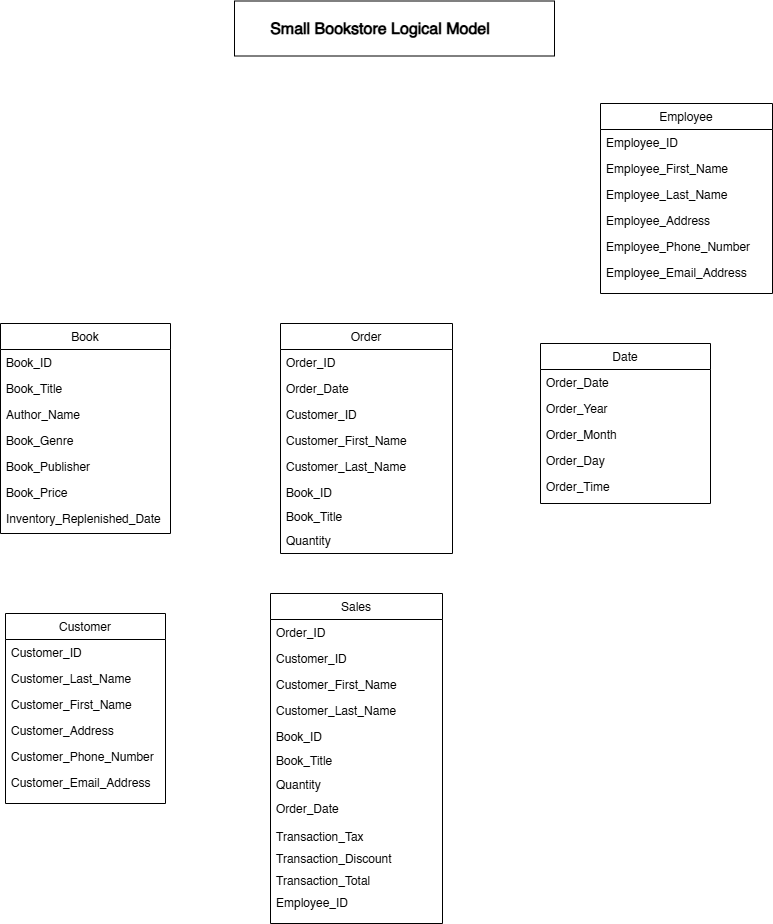
Earlier version of the draw.io export 02_activities/assignments/question1.drawio.png (markmaramag/sql). Source tidied: cells renumbered, new cells last; positions are measured from the earlier drawing's top-left corner, leaving out a move shared by most shapes. Source of this version:
```xml
<mxGraphModel>
  <root>
    <mxCell id="0" />
    <mxCell id="1" parent="0" />
    <mxCell id="2" style="rounded=0;whiteSpace=wrap;html=1;" parent="1" vertex="1">
      <mxGeometry x="234" y="-0.5" width="320" height="55" as="geometry" />
    </mxCell>
    <mxCell id="3" value="Book" style="swimlane;fontStyle=0;align=center;verticalAlign=top;horizontal=1;startSize=26;rounded=0;shadow=0;strokeWidth=1;" parent="1" vertex="1">
      <mxGeometry y="322" width="170" height="210" as="geometry" />
    </mxCell>
    <mxCell id="4" value="Book_ID" style="text;align=left;verticalAlign=top;spacingLeft=4;spacingRight=4;overflow=hidden;" parent="3" vertex="1">
      <mxGeometry y="26" width="170" height="26" as="geometry" />
    </mxCell>
    <mxCell id="5" value="Book_Title" style="text;align=left;verticalAlign=top;spacingLeft=4;spacingRight=4;overflow=hidden;rounded=0;shadow=0;html=0;" parent="3" vertex="1">
      <mxGeometry y="52" width="170" height="26" as="geometry" />
    </mxCell>
    <mxCell id="6" value="Author_Name&#10;" style="text;align=left;verticalAlign=top;spacingLeft=4;spacingRight=4;overflow=hidden;rounded=0;shadow=0;html=0;" parent="3" vertex="1">
      <mxGeometry y="78" width="170" height="26" as="geometry" />
    </mxCell>
    <mxCell id="7" value="Book_Genre" style="text;align=left;verticalAlign=top;spacingLeft=4;spacingRight=4;overflow=hidden;" parent="3" vertex="1">
      <mxGeometry y="104" width="170" height="26" as="geometry" />
    </mxCell>
    <mxCell id="8" value="Book_Publisher" style="text;align=left;verticalAlign=top;spacingLeft=4;spacingRight=4;overflow=hidden;" parent="3" vertex="1">
      <mxGeometry y="130" width="170" height="26" as="geometry" />
    </mxCell>
    <mxCell id="9" value="Book_Price" style="text;align=left;verticalAlign=top;spacingLeft=4;spacingRight=4;overflow=hidden;" parent="3" vertex="1">
      <mxGeometry y="156" width="170" height="26" as="geometry" />
    </mxCell>
    <mxCell id="10" value="Inventory_Replenished_Date" style="text;align=left;verticalAlign=top;spacingLeft=4;spacingRight=4;overflow=hidden;" parent="3" vertex="1">
      <mxGeometry y="182" width="170" height="26" as="geometry" />
    </mxCell>
    <mxCell id="11" value="Customer" style="swimlane;fontStyle=0;align=center;verticalAlign=top;horizontal=1;startSize=26;rounded=0;shadow=0;strokeWidth=1;" parent="1" vertex="1">
      <mxGeometry x="5" y="612" width="160" height="190" as="geometry" />
    </mxCell>
    <mxCell id="12" value="Customer_ID" style="text;align=left;verticalAlign=top;spacingLeft=4;spacingRight=4;overflow=hidden;points=[[0,0.5],[1,0.5]];portConstraint=eastwest;" parent="11" vertex="1">
      <mxGeometry y="26" width="160" height="26" as="geometry" />
    </mxCell>
    <mxCell id="13" value="Customer_Last_Name&#10;" style="text;align=left;verticalAlign=top;spacingLeft=4;spacingRight=4;overflow=hidden;rounded=0;shadow=0;html=0;" parent="11" vertex="1">
      <mxGeometry y="52" width="160" height="26" as="geometry" />
    </mxCell>
    <mxCell id="14" value="Customer_First_Name" style="text;align=left;verticalAlign=top;spacingLeft=4;spacingRight=4;overflow=hidden;rounded=0;shadow=0;html=0;" parent="11" vertex="1">
      <mxGeometry y="78" width="160" height="26" as="geometry" />
    </mxCell>
    <mxCell id="15" value="Customer_Address" style="text;align=left;verticalAlign=top;spacingLeft=4;spacingRight=4;overflow=hidden;rounded=0;shadow=0;html=0;" parent="11" vertex="1">
      <mxGeometry y="104" width="160" height="26" as="geometry" />
    </mxCell>
    <mxCell id="16" value="Customer_Phone_Number" style="text;align=left;verticalAlign=top;spacingLeft=4;spacingRight=4;overflow=hidden;rounded=0;shadow=0;html=0;" parent="11" vertex="1">
      <mxGeometry y="130" width="160" height="26" as="geometry" />
    </mxCell>
    <mxCell id="17" value="Customer_Email_Address" style="text;align=left;verticalAlign=top;spacingLeft=4;spacingRight=4;overflow=hidden;rounded=0;shadow=0;html=0;" parent="11" vertex="1">
      <mxGeometry y="156" width="160" height="26" as="geometry" />
    </mxCell>
    <mxCell id="18" value="Employee" style="swimlane;fontStyle=0;align=center;verticalAlign=top;horizontal=1;startSize=26;rounded=0;shadow=0;strokeWidth=1;" parent="1" vertex="1">
      <mxGeometry x="600" y="102" width="172" height="190" as="geometry" />
    </mxCell>
    <mxCell id="19" value="Employee_ID" style="text;align=left;verticalAlign=top;spacingLeft=4;spacingRight=4;overflow=hidden;" parent="18" vertex="1">
      <mxGeometry y="26" width="172" height="26" as="geometry" />
    </mxCell>
    <mxCell id="20" value="Employee_First_Name" style="text;align=left;verticalAlign=top;spacingLeft=4;spacingRight=4;overflow=hidden;rounded=0;shadow=0;html=0;" parent="18" vertex="1">
      <mxGeometry y="52" width="172" height="26" as="geometry" />
    </mxCell>
    <mxCell id="21" value="Employee_Last_Name" style="text;align=left;verticalAlign=top;spacingLeft=4;spacingRight=4;overflow=hidden;rounded=0;shadow=0;html=0;" parent="18" vertex="1">
      <mxGeometry y="78" width="172" height="26" as="geometry" />
    </mxCell>
    <mxCell id="22" value="Employee_Address" style="text;align=left;verticalAlign=top;spacingLeft=4;spacingRight=4;overflow=hidden;rounded=0;shadow=0;html=0;" parent="18" vertex="1">
      <mxGeometry y="104" width="172" height="26" as="geometry" />
    </mxCell>
    <mxCell id="23" value="Employee_Phone_Number" style="text;align=left;verticalAlign=top;spacingLeft=4;spacingRight=4;overflow=hidden;rounded=0;shadow=0;html=0;" parent="18" vertex="1">
      <mxGeometry y="130" width="172" height="26" as="geometry" />
    </mxCell>
    <mxCell id="24" value="Employee_Email_Address" style="text;align=left;verticalAlign=top;spacingLeft=4;spacingRight=4;overflow=hidden;" parent="18" vertex="1">
      <mxGeometry y="156" width="172" height="26" as="geometry" />
    </mxCell>
    <mxCell id="25" value="&lt;font style=&quot;font-size: 16px;&quot;&gt;&lt;b&gt;Small Bookstore Logical Model&lt;/b&gt;&lt;/font&gt;" style="text;html=1;align=center;verticalAlign=middle;whiteSpace=wrap;rounded=0;" parent="1" vertex="1">
      <mxGeometry x="220" y="12" width="320" height="30" as="geometry" />
    </mxCell>
    <mxCell id="26" value="Order" style="swimlane;fontStyle=0;align=center;verticalAlign=top;horizontal=1;startSize=26;rounded=0;shadow=0;strokeWidth=1;" parent="1" vertex="1">
      <mxGeometry x="280" y="322" width="172" height="230" as="geometry" />
    </mxCell>
    <mxCell id="27" value="Order_ID" style="text;align=left;verticalAlign=top;spacingLeft=4;spacingRight=4;overflow=hidden;" parent="26" vertex="1">
      <mxGeometry y="26" width="172" height="26" as="geometry" />
    </mxCell>
    <mxCell id="28" value="Order_Date" style="text;align=left;verticalAlign=top;spacingLeft=4;spacingRight=4;overflow=hidden;rounded=0;shadow=0;html=0;" parent="26" vertex="1">
      <mxGeometry y="52" width="172" height="26" as="geometry" />
    </mxCell>
    <mxCell id="29" value="Customer_ID" style="text;align=left;verticalAlign=top;spacingLeft=4;spacingRight=4;overflow=hidden;points=[[0,0.5],[1,0.5]];portConstraint=eastwest;rounded=0;shadow=0;html=0;" parent="26" vertex="1">
      <mxGeometry y="78" width="172" height="26" as="geometry" />
    </mxCell>
    <mxCell id="30" value="Customer_First_Name" style="text;align=left;verticalAlign=top;spacingLeft=4;spacingRight=4;overflow=hidden;rounded=0;shadow=0;html=0;" parent="26" vertex="1">
      <mxGeometry y="104" width="172" height="26" as="geometry" />
    </mxCell>
    <mxCell id="31" value="Customer_Last_Name&#10;" style="text;align=left;verticalAlign=top;spacingLeft=4;spacingRight=4;overflow=hidden;rounded=0;shadow=0;html=0;" parent="26" vertex="1">
      <mxGeometry y="130" width="172" height="26" as="geometry" />
    </mxCell>
    <mxCell id="32" value="Book_ID" style="text;align=left;verticalAlign=top;spacingLeft=4;spacingRight=4;overflow=hidden;" parent="26" vertex="1">
      <mxGeometry y="156" width="172" height="24" as="geometry" />
    </mxCell>
    <mxCell id="33" value="Book_Title" style="text;align=left;verticalAlign=top;spacingLeft=4;spacingRight=4;overflow=hidden;" parent="26" vertex="1">
      <mxGeometry y="180" width="172" height="24" as="geometry" />
    </mxCell>
    <mxCell id="34" value="Quantity" style="text;align=left;verticalAlign=top;spacingLeft=4;spacingRight=4;overflow=hidden;" parent="26" vertex="1">
      <mxGeometry y="204" width="172" height="24" as="geometry" />
    </mxCell>
    <mxCell id="35" value="Sales" style="swimlane;fontStyle=0;align=center;verticalAlign=top;horizontal=1;startSize=26;rounded=0;shadow=0;strokeWidth=1;" parent="1" vertex="1">
      <mxGeometry x="270" y="592" width="172" height="330" as="geometry" />
    </mxCell>
    <mxCell id="36" value="Order_ID" style="text;align=left;verticalAlign=top;spacingLeft=4;spacingRight=4;overflow=hidden;" parent="35" vertex="1">
      <mxGeometry y="26" width="172" height="26" as="geometry" />
    </mxCell>
    <mxCell id="37" value="Customer_ID" style="text;align=left;verticalAlign=top;spacingLeft=4;spacingRight=4;overflow=hidden;rounded=0;shadow=0;html=0;" parent="35" vertex="1">
      <mxGeometry y="52" width="172" height="26" as="geometry" />
    </mxCell>
    <mxCell id="38" value="Customer_First_Name" style="text;align=left;verticalAlign=top;spacingLeft=4;spacingRight=4;overflow=hidden;rounded=0;shadow=0;html=0;" parent="35" vertex="1">
      <mxGeometry y="78" width="172" height="26" as="geometry" />
    </mxCell>
    <mxCell id="39" value="Customer_Last_Name&#10;" style="text;align=left;verticalAlign=top;spacingLeft=4;spacingRight=4;overflow=hidden;rounded=0;shadow=0;html=0;" parent="35" vertex="1">
      <mxGeometry y="104" width="172" height="26" as="geometry" />
    </mxCell>
    <mxCell id="40" value="Book_ID" style="text;align=left;verticalAlign=top;spacingLeft=4;spacingRight=4;overflow=hidden;" parent="35" vertex="1">
      <mxGeometry y="130" width="172" height="24" as="geometry" />
    </mxCell>
    <mxCell id="41" value="Book_Title" style="text;align=left;verticalAlign=top;spacingLeft=4;spacingRight=4;overflow=hidden;" parent="35" vertex="1">
      <mxGeometry y="154" width="172" height="24" as="geometry" />
    </mxCell>
    <mxCell id="42" value="Quantity" style="text;align=left;verticalAlign=top;spacingLeft=4;spacingRight=4;overflow=hidden;" parent="35" vertex="1">
      <mxGeometry y="178" width="172" height="24" as="geometry" />
    </mxCell>
    <mxCell id="43" value="Order_Date" style="text;align=left;verticalAlign=top;spacingLeft=4;spacingRight=4;overflow=hidden;rounded=0;shadow=0;html=0;" parent="35" vertex="1">
      <mxGeometry y="202" width="172" height="28" as="geometry" />
    </mxCell>
    <mxCell id="44" value="Transaction_Tax" style="text;align=left;verticalAlign=top;spacingLeft=4;spacingRight=4;overflow=hidden;rounded=0;shadow=0;html=0;" parent="35" vertex="1">
      <mxGeometry y="230" width="172" height="22" as="geometry" />
    </mxCell>
    <mxCell id="45" value="Transaction_Discount" style="text;align=left;verticalAlign=top;spacingLeft=4;spacingRight=4;overflow=hidden;rounded=0;shadow=0;html=0;" parent="35" vertex="1">
      <mxGeometry y="252" width="172" height="22" as="geometry" />
    </mxCell>
    <mxCell id="46" value="Transaction_Total" style="text;align=left;verticalAlign=top;spacingLeft=4;spacingRight=4;overflow=hidden;rounded=0;shadow=0;html=0;" parent="35" vertex="1">
      <mxGeometry y="274" width="172" height="22" as="geometry" />
    </mxCell>
    <mxCell id="47" value="Employee_ID" style="text;align=left;verticalAlign=top;spacingLeft=4;spacingRight=4;overflow=hidden;rounded=0;shadow=0;html=0;" parent="35" vertex="1">
      <mxGeometry y="296" width="172" height="22" as="geometry" />
    </mxCell>
    <mxCell id="48" value="Date" style="swimlane;fontStyle=0;align=center;verticalAlign=top;horizontal=1;startSize=26;rounded=0;shadow=0;strokeWidth=1;" parent="1" vertex="1">
      <mxGeometry x="540" y="342" width="170" height="160" as="geometry" />
    </mxCell>
    <mxCell id="49" value="Order_Date" style="text;align=left;verticalAlign=top;spacingLeft=4;spacingRight=4;overflow=hidden;" parent="48" vertex="1">
      <mxGeometry y="26" width="170" height="26" as="geometry" />
    </mxCell>
    <mxCell id="50" value="Order_Year" style="text;align=left;verticalAlign=top;spacingLeft=4;spacingRight=4;overflow=hidden;rounded=0;shadow=0;html=0;" parent="48" vertex="1">
      <mxGeometry y="52" width="170" height="26" as="geometry" />
    </mxCell>
    <mxCell id="51" value="Order_Month" style="text;align=left;verticalAlign=top;spacingLeft=4;spacingRight=4;overflow=hidden;rounded=0;shadow=0;html=0;" parent="48" vertex="1">
      <mxGeometry y="78" width="170" height="26" as="geometry" />
    </mxCell>
    <mxCell id="52" value="Order_Day" style="text;align=left;verticalAlign=top;spacingLeft=4;spacingRight=4;overflow=hidden;" parent="48" vertex="1">
      <mxGeometry y="104" width="170" height="26" as="geometry" />
    </mxCell>
    <mxCell id="53" value="Order_Time" style="text;align=left;verticalAlign=top;spacingLeft=4;spacingRight=4;overflow=hidden;" parent="48" vertex="1">
      <mxGeometry y="130" width="170" height="26" as="geometry" />
    </mxCell>
  </root>
</mxGraphModel>
```
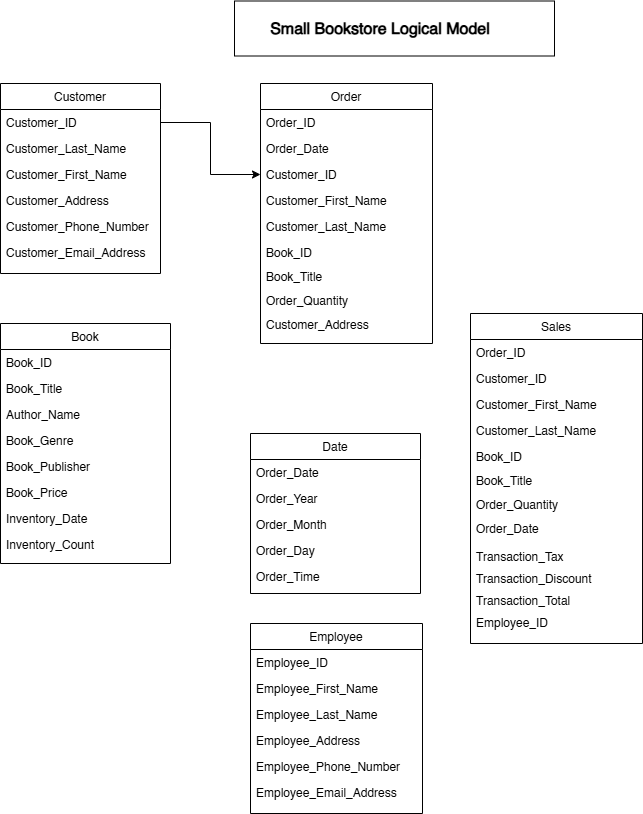
Later version of the same file.

What changed in the source:
```diff
@@ -6,7 +6,7 @@
       <mxGeometry x="234" y="-0.5" width="320" height="55" as="geometry" />
     </mxCell>
     <mxCell id="3" value="Book" style="swimlane;fontStyle=0;align=center;verticalAlign=top;horizontal=1;startSize=26;rounded=0;shadow=0;strokeWidth=1;" parent="1" vertex="1">
-      <mxGeometry y="322" width="170" height="210" as="geometry" />
+      <mxGeometry y="322" width="170" height="240" as="geometry" />
     </mxCell>
     <mxCell id="4" value="Book_ID" style="text;align=left;verticalAlign=top;spacingLeft=4;spacingRight=4;overflow=hidden;" parent="3" vertex="1">
       <mxGeometry y="26" width="170" height="26" as="geometry" />
@@ -26,11 +26,14 @@
     <mxCell id="9" value="Book_Price" style="text;align=left;verticalAlign=top;spacingLeft=4;spacingRight=4;overflow=hidden;" parent="3" vertex="1">
       <mxGeometry y="156" width="170" height="26" as="geometry" />
     </mxCell>
-    <mxCell id="10" value="Inventory_Replenished_Date" style="text;align=left;verticalAlign=top;spacingLeft=4;spacingRight=4;overflow=hidden;" parent="3" vertex="1">
+    <mxCell id="10" value="Inventory_Date" style="text;align=left;verticalAlign=top;spacingLeft=4;spacingRight=4;overflow=hidden;" parent="3" vertex="1">
       <mxGeometry y="182" width="170" height="26" as="geometry" />
     </mxCell>
+    <mxCell id="54" value="Inventory_Count" style="text;align=left;verticalAlign=top;spacingLeft=4;spacingRight=4;overflow=hidden;" parent="3" vertex="1">
+      <mxGeometry y="208" width="170" height="26" as="geometry" />
+    </mxCell>
     <mxCell id="11" value="Customer" style="swimlane;fontStyle=0;align=center;verticalAlign=top;horizontal=1;startSize=26;rounded=0;shadow=0;strokeWidth=1;" parent="1" vertex="1">
-      <mxGeometry x="5" y="612" width="160" height="190" as="geometry" />
+      <mxGeometry y="82" width="160" height="190" as="geometry" />
     </mxCell>
     <mxCell id="12" value="Customer_ID" style="text;align=left;verticalAlign=top;spacingLeft=4;spacingRight=4;overflow=hidden;points=[[0,0.5],[1,0.5]];portConstraint=eastwest;" parent="11" vertex="1">
       <mxGeometry y="26" width="160" height="26" as="geometry" />
@@ -51,7 +54,7 @@
       <mxGeometry y="156" width="160" height="26" as="geometry" />
     </mxCell>
     <mxCell id="18" value="Employee" style="swimlane;fontStyle=0;align=center;verticalAlign=top;horizontal=1;startSize=26;rounded=0;shadow=0;strokeWidth=1;" parent="1" vertex="1">
-      <mxGeometry x="600" y="102" width="172" height="190" as="geometry" />
+      <mxGeometry x="250" y="622" width="172" height="190" as="geometry" />
     </mxCell>
     <mxCell id="19" value="Employee_ID" style="text;align=left;verticalAlign=top;spacingLeft=4;spacingRight=4;overflow=hidden;" parent="18" vertex="1">
       <mxGeometry y="26" width="172" height="26" as="geometry" />
@@ -75,7 +78,7 @@
       <mxGeometry x="220" y="12" width="320" height="30" as="geometry" />
     </mxCell>
     <mxCell id="26" value="Order" style="swimlane;fontStyle=0;align=center;verticalAlign=top;horizontal=1;startSize=26;rounded=0;shadow=0;strokeWidth=1;" parent="1" vertex="1">
-      <mxGeometry x="280" y="322" width="172" height="230" as="geometry" />
+      <mxGeometry x="260" y="82" width="172" height="260" as="geometry" />
     </mxCell>
     <mxCell id="27" value="Order_ID" style="text;align=left;verticalAlign=top;spacingLeft=4;spacingRight=4;overflow=hidden;" parent="26" vertex="1">
       <mxGeometry y="26" width="172" height="26" as="geometry" />
@@ -98,11 +101,14 @@
     <mxCell id="33" value="Book_Title" style="text;align=left;verticalAlign=top;spacingLeft=4;spacingRight=4;overflow=hidden;" parent="26" vertex="1">
       <mxGeometry y="180" width="172" height="24" as="geometry" />
     </mxCell>
-    <mxCell id="34" value="Quantity" style="text;align=left;verticalAlign=top;spacingLeft=4;spacingRight=4;overflow=hidden;" parent="26" vertex="1">
+    <mxCell id="34" value="Order_Quantity" style="text;align=left;verticalAlign=top;spacingLeft=4;spacingRight=4;overflow=hidden;" parent="26" vertex="1">
       <mxGeometry y="204" width="172" height="24" as="geometry" />
     </mxCell>
+    <mxCell id="55" value="Customer_Address" style="text;align=left;verticalAlign=top;spacingLeft=4;spacingRight=4;overflow=hidden;" parent="26" vertex="1">
+      <mxGeometry y="228" width="172" height="24" as="geometry" />
+    </mxCell>
     <mxCell id="35" value="Sales" style="swimlane;fontStyle=0;align=center;verticalAlign=top;horizontal=1;startSize=26;rounded=0;shadow=0;strokeWidth=1;" parent="1" vertex="1">
-      <mxGeometry x="270" y="592" width="172" height="330" as="geometry" />
+      <mxGeometry x="470" y="312" width="172" height="330" as="geometry" />
     </mxCell>
     <mxCell id="36" value="Order_ID" style="text;align=left;verticalAlign=top;spacingLeft=4;spacingRight=4;overflow=hidden;" parent="35" vertex="1">
       <mxGeometry y="26" width="172" height="26" as="geometry" />
@@ -122,7 +128,7 @@
     <mxCell id="41" value="Book_Title" style="text;align=left;verticalAlign=top;spacingLeft=4;spacingRight=4;overflow=hidden;" parent="35" vertex="1">
       <mxGeometry y="154" width="172" height="24" as="geometry" />
     </mxCell>
-    <mxCell id="42" value="Quantity" style="text;align=left;verticalAlign=top;spacingLeft=4;spacingRight=4;overflow=hidden;" parent="35" vertex="1">
+    <mxCell id="42" value="Order_Quantity" style="text;align=left;verticalAlign=top;spacingLeft=4;spacingRight=4;overflow=hidden;" parent="35" vertex="1">
       <mxGeometry y="178" width="172" height="24" as="geometry" />
     </mxCell>
     <mxCell id="43" value="Order_Date" style="text;align=left;verticalAlign=top;spacingLeft=4;spacingRight=4;overflow=hidden;rounded=0;shadow=0;html=0;" parent="35" vertex="1">
@@ -141,7 +147,7 @@
       <mxGeometry y="296" width="172" height="22" as="geometry" />
     </mxCell>
     <mxCell id="48" value="Date" style="swimlane;fontStyle=0;align=center;verticalAlign=top;horizontal=1;startSize=26;rounded=0;shadow=0;strokeWidth=1;" parent="1" vertex="1">
-      <mxGeometry x="540" y="342" width="170" height="160" as="geometry" />
+      <mxGeometry x="250" y="432" width="170" height="160" as="geometry" />
     </mxCell>
     <mxCell id="49" value="Order_Date" style="text;align=left;verticalAlign=top;spacingLeft=4;spacingRight=4;overflow=hidden;" parent="48" vertex="1">
       <mxGeometry y="26" width="170" height="26" as="geometry" />
@@ -158,5 +164,8 @@
     <mxCell id="53" value="Order_Time" style="text;align=left;verticalAlign=top;spacingLeft=4;spacingRight=4;overflow=hidden;" parent="48" vertex="1">
       <mxGeometry y="130" width="170" height="26" as="geometry" />
     </mxCell>
+    <mxCell id="56" style="edgeStyle=orthogonalEdgeStyle;rounded=0;jettySize=auto;html=1;exitX=1;exitY=0.5;exitDx=0;exitDy=0;entryX=0;entryY=0.5;entryDx=0;entryDy=0;" parent="1" edge="1" source="12" target="29">
+      <mxGeometry relative="1" as="geometry" />
+    </mxCell>
   </root>
 </mxGraphModel>
```
